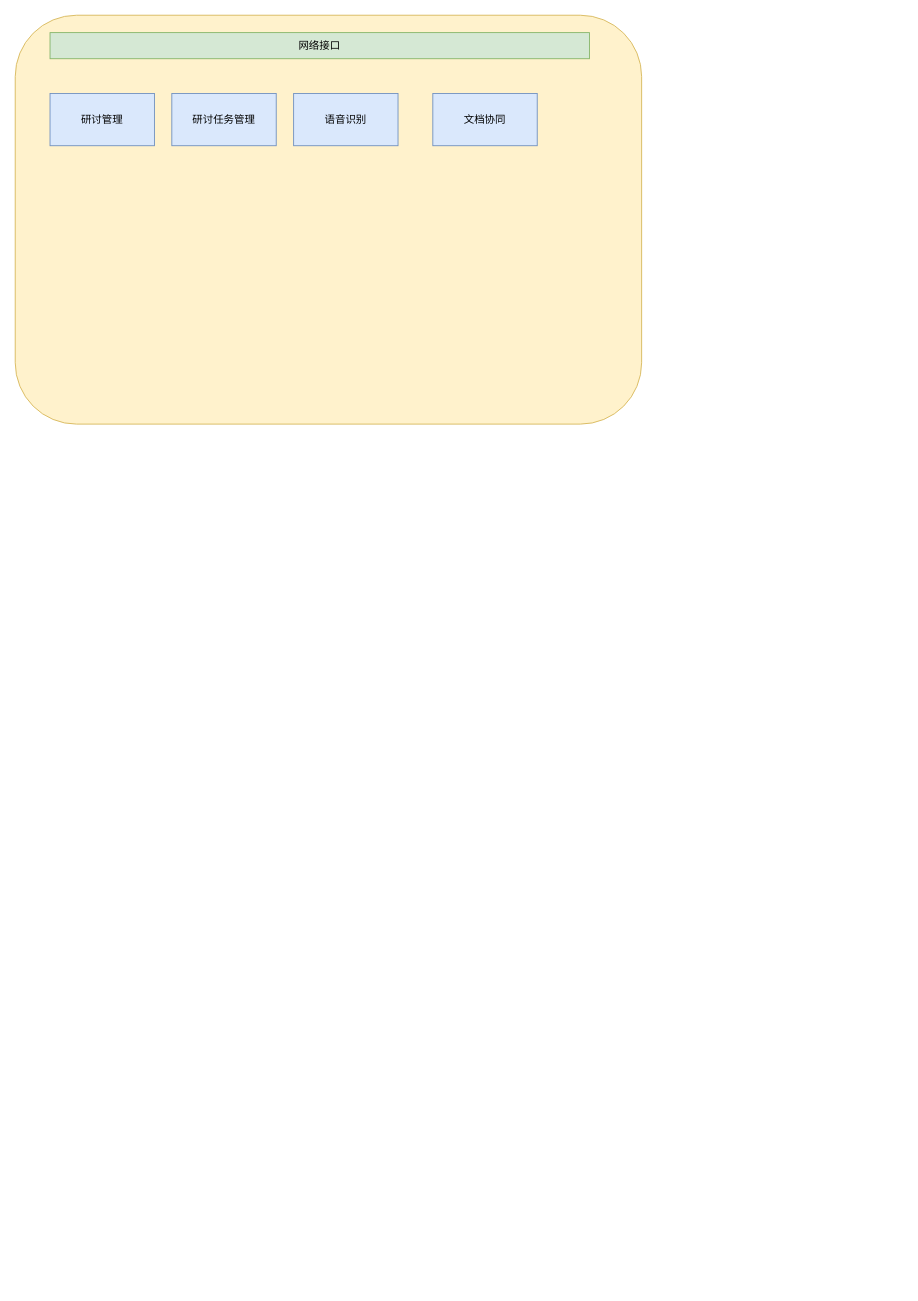
xipeng156/drawio keeps this draw.io diagram as 集成研讨总体架构.drawio. Above is the earlier version. Source tidied: cells renumbered, new cells numbered last; positions are measured from the earlier drawing's top-left corner, leaving out a move shared by most shapes. Both pictures are drawn from the tidied source at 87%, with x=0, y=0 at pixel (15, 15).
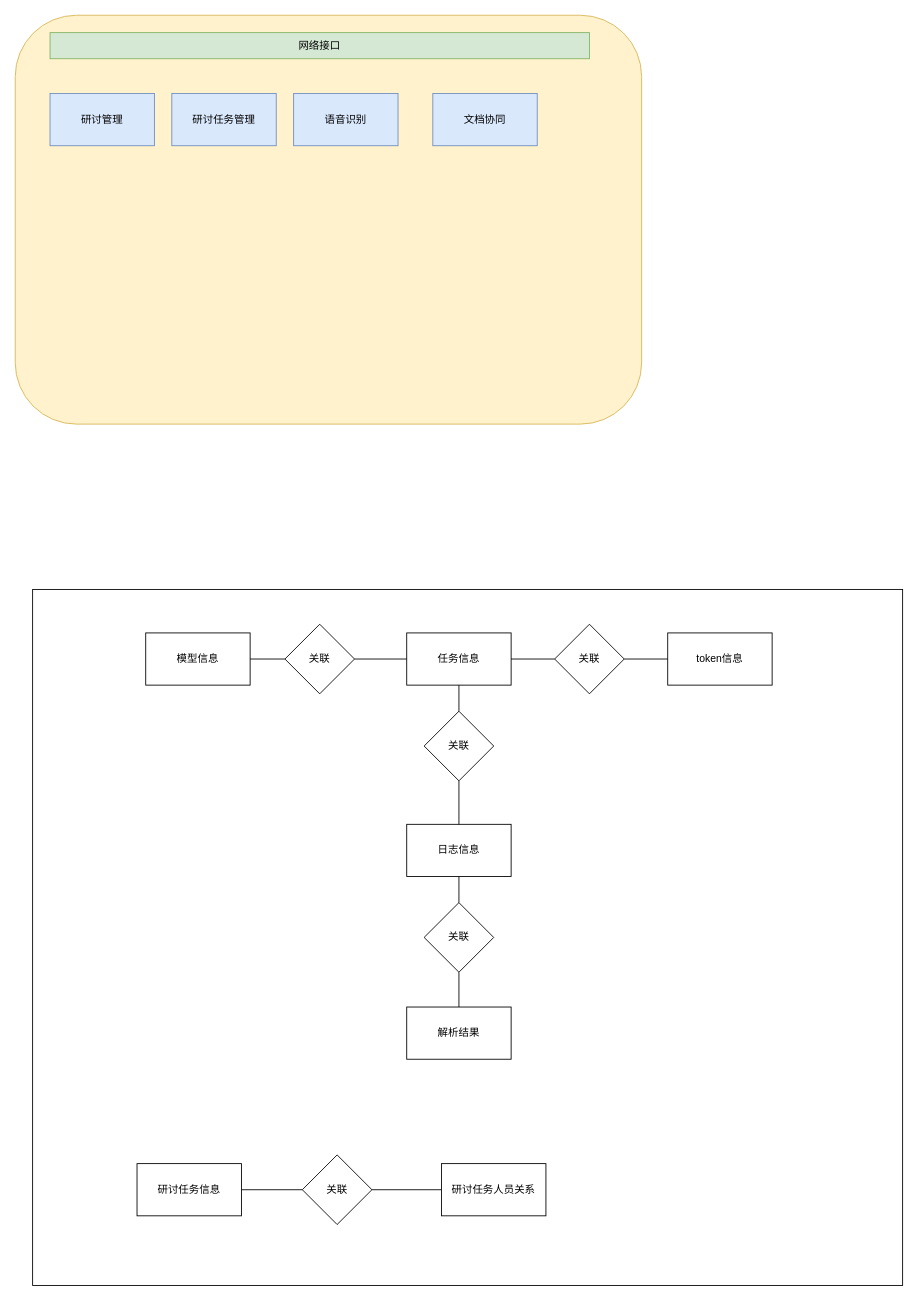
The same page after the edit.

Commit message (it also covers changes not shown here):
更新集成研讨总体架构.drawio

Diff of the diagram source:
```diff
@@
+    <mxCell id="8" style="rounded=0;whiteSpace=wrap;html=1;" parent="1" vertex="1">
+      <mxGeometry x="20" y="660" width="1000" height="800" as="geometry" />
+    </mxCell>
+    <mxCell id="9" value="模型信息" style="rounded=0;whiteSpace=wrap;html=1;" parent="1" vertex="1">
+      <mxGeometry x="150" y="710" width="120" height="60" as="geometry" />
+    </mxCell>
+    <mxCell id="10" value="关联" style="rhombus;whiteSpace=wrap;html=1;" parent="1" vertex="1">
+      <mxGeometry x="310" y="700" width="80" height="80" as="geometry" />
+    </mxCell>
+    <mxCell id="11" value="任务信息" style="rounded=0;whiteSpace=wrap;html=1;" parent="1" vertex="1">
+      <mxGeometry x="450" y="710" width="120" height="60" as="geometry" />
+    </mxCell>
+    <mxCell id="12" value="关联" style="rhombus;whiteSpace=wrap;html=1;" parent="1" vertex="1">
+      <mxGeometry x="620" y="700" width="80" height="80" as="geometry" />
+    </mxCell>
+    <mxCell id="13" value="token信息" style="rounded=0;whiteSpace=wrap;html=1;" parent="1" vertex="1">
+      <mxGeometry x="750" y="710" width="120" height="60" as="geometry" />
+    </mxCell>
+    <mxCell id="14" value="日志信息" style="rounded=0;whiteSpace=wrap;html=1;" parent="1" vertex="1">
+      <mxGeometry x="450" y="930" width="120" height="60" as="geometry" />
+    </mxCell>
+    <mxCell id="15" value="解析结果" style="rounded=0;whiteSpace=wrap;html=1;" parent="1" vertex="1">
+      <mxGeometry x="450" y="1140" width="120" height="60" as="geometry" />
+    </mxCell>
+    <mxCell id="16" value="关联" style="rhombus;whiteSpace=wrap;html=1;" parent="1" vertex="1">
+      <mxGeometry x="470" y="800" width="80" height="80" as="geometry" />
+    </mxCell>
+    <mxCell id="17" style="endArrow=none;html=1;rounded=0;exitX=1;exitY=0.5;exitDx=0;exitDy=0;entryX=0;entryY=0.5;entryDx=0;entryDy=0;" parent="1" edge="1" source="9" target="10">
+      <mxGeometry relative="1" as="geometry" />
+    </mxCell>
+    <mxCell id="18" style="endArrow=none;html=1;rounded=0;exitX=0;exitY=0.5;exitDx=0;exitDy=0;entryX=1;entryY=0.5;entryDx=0;entryDy=0;" parent="1" edge="1" source="11" target="10">
+      <mxGeometry relative="1" as="geometry" />
+    </mxCell>
+    <mxCell id="19" style="endArrow=none;html=1;rounded=0;entryX=1;entryY=0.5;entryDx=0;entryDy=0;" parent="1" edge="1" source="12" target="11">
+      <mxGeometry relative="1" as="geometry" />
+    </mxCell>
+    <mxCell id="20" style="endArrow=none;html=1;rounded=0;entryX=1;entryY=0.5;entryDx=0;entryDy=0;exitX=0;exitY=0.5;exitDx=0;exitDy=0;" parent="1" edge="1" source="13" target="12">
+      <mxGeometry relative="1" as="geometry" />
+    </mxCell>
+    <mxCell id="21" style="endArrow=none;html=1;rounded=0;exitX=0.5;exitY=1;exitDx=0;exitDy=0;" parent="1" edge="1" source="11" target="16">
+      <mxGeometry relative="1" as="geometry" />
+    </mxCell>
+    <mxCell id="22" style="endArrow=none;html=1;rounded=0;exitX=0.5;exitY=1;exitDx=0;exitDy=0;" parent="1" edge="1" source="16" target="14">
+      <mxGeometry relative="1" as="geometry" />
+    </mxCell>
+    <mxCell id="23" value="关联" style="rhombus;whiteSpace=wrap;html=1;" parent="1" vertex="1">
+      <mxGeometry x="470" y="1020" width="80" height="80" as="geometry" />
+    </mxCell>
+    <mxCell id="24" style="endArrow=none;html=1;rounded=0;exitX=0.5;exitY=1;exitDx=0;exitDy=0;" parent="1" edge="1" source="14" target="23">
+      <mxGeometry relative="1" as="geometry" />
+    </mxCell>
+    <mxCell id="25" style="endArrow=none;html=1;rounded=0;exitX=0.5;exitY=1;exitDx=0;exitDy=0;entryX=0.5;entryY=0;entryDx=0;entryDy=0;" parent="1" edge="1" source="23" target="15">
+      <mxGeometry relative="1" as="geometry" />
+    </mxCell>
+    <mxCell id="26" value="研讨任务信息" style="rounded=0;whiteSpace=wrap;html=1;" parent="1" vertex="1">
+      <mxGeometry x="140" y="1320" width="120" height="60" as="geometry" />
+    </mxCell>
+    <mxCell id="27" value="研讨任务人员关系" style="rounded=0;whiteSpace=wrap;html=1;" parent="1" vertex="1">
+      <mxGeometry x="490" y="1320" width="120" height="60" as="geometry" />
+    </mxCell>
+    <mxCell id="28" value="关联" style="rhombus;whiteSpace=wrap;html=1;" parent="1" vertex="1">
+      <mxGeometry x="330" y="1310" width="80" height="80" as="geometry" />
+    </mxCell>
+    <mxCell id="29" style="endArrow=none;html=1;rounded=0;" parent="1" edge="1" source="26" target="28">
+      <mxGeometry relative="1" as="geometry" />
+    </mxCell>
+    <mxCell id="30" style="endArrow=none;html=1;rounded=0;exitX=1;exitY=0.5;exitDx=0;exitDy=0;" parent="1" edge="1" source="28" target="27">
+      <mxGeometry relative="1" as="geometry" />
+    </mxCell>
```
